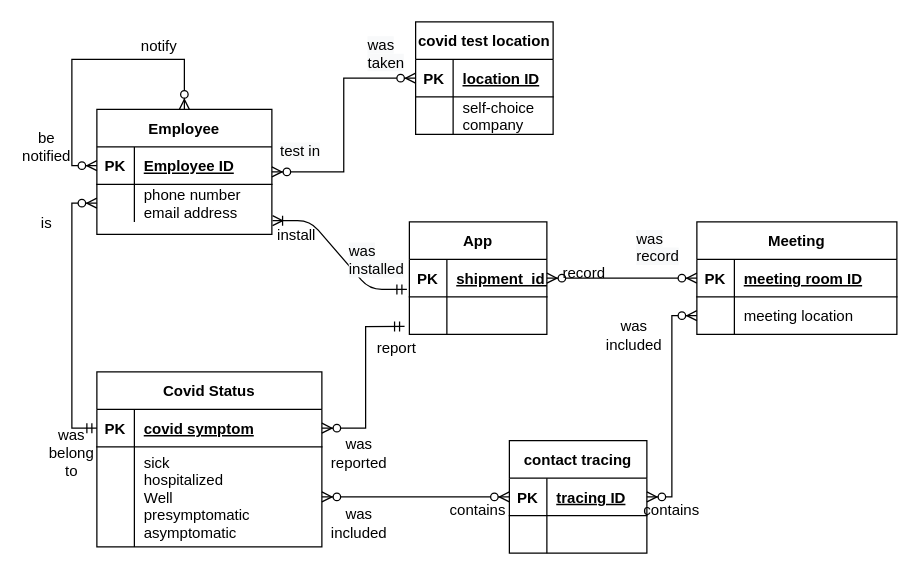
Above: HW1.drawio in studentBC/CS585 (draw.io), before the change. Source tidied: cells renumbered, new cells numbered last; positions are measured from the earlier drawing's top-left corner, leaving out a move shared by most shapes. Both pictures are drawn from the tidied source at 125%, with x=0, y=0 at pixel (21, 21).
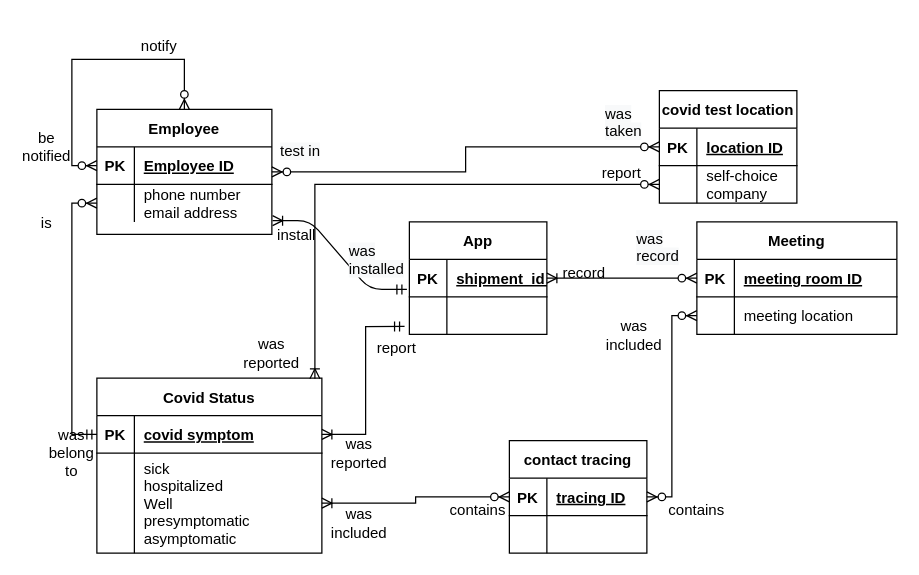
Above is the later version.

Unchanged cells that the change refers to:
```xml
<mxCell id="4" style="shape=partialRectangle;fillColor=none;points=[[0,0.5],[1,0.5]];portConstraint=eastwest;top=0;left=0;right=0;bottom=1;" parent="3" vertex="1">
  <mxGeometry y="30" width="180" height="30" as="geometry" />
</mxCell>
<mxCell id="7" style="shape=partialRectangle;fillColor=none;points=[[0,0.5],[1,0.5]];portConstraint=eastwest;top=0;left=0;right=0;bottom=0;" parent="3" vertex="1">
  <mxGeometry y="60" width="180" height="80" as="geometry" />
</mxCell>
<mxCell id="11" style="shape=partialRectangle;fillColor=none;points=[[0,0.5],[1,0.5]];portConstraint=eastwest;top=0;left=0;right=0;bottom=1;" parent="10" vertex="1">
  <mxGeometry y="30" width="110" height="30" as="geometry" />
</mxCell>
<mxCell id="14" style="shape=partialRectangle;fillColor=none;points=[[0,0.5],[1,0.5]];portConstraint=eastwest;top=0;left=0;right=0;bottom=0;" parent="10" vertex="1">
  <mxGeometry y="60" width="110" height="30" as="geometry" />
</mxCell>
<mxCell id="31" style="shape=partialRectangle;fillColor=none;points=[[0,0.5],[1,0.5]];portConstraint=eastwest;top=0;left=0;right=0;bottom=1;" parent="30" vertex="1">
  <mxGeometry y="30" width="160" height="30" as="geometry" />
</mxCell>
<mxCell id="47" value="contact tracing" style="shape=table;startSize=30;childLayout=tableLayout;rowLines=0;fontStyle=1;align=center;" parent="1" vertex="1">
  <mxGeometry x="390" y="335" width="110" height="90" as="geometry" />
</mxCell>
<mxCell id="63" style="shape=partialRectangle;fillColor=none;points=[[0,0.5],[1,0.5]];portConstraint=eastwest;top=0;left=0;right=0;bottom=0;" parent="59" vertex="1">
  <mxGeometry y="60" width="110" height="30" as="geometry" />
</mxCell>
```

Diff of the diagram source:
```diff
@@
     <mxCell id="3" value="Covid Status" style="shape=table;startSize=30;childLayout=tableLayout;rowLines=0;fontStyle=1;align=center;" parent="1" vertex="1">
-      <mxGeometry x="60" y="280" width="180" height="140" as="geometry" />
+      <mxGeometry x="60" y="285" width="180" height="140" as="geometry" />
     </mxCell>
@@
-    <mxCell id="37" style="edgeStyle=orthogonalEdgeStyle;rounded=0;jettySize=auto;html=1;exitX=1;exitY=0.5;exitDx=0;exitDy=0;entryX=0;entryY=0.5;entryDx=0;entryDy=0;startArrow=ERzeroToMany;startFill=1;endArrow=ERzeroToMany;endFill=1;" parent="1" edge="1" source="11" target="31">
+    <mxCell id="37" style="edgeStyle=orthogonalEdgeStyle;rounded=0;jettySize=auto;html=1;exitX=1;exitY=0.5;exitDx=0;exitDy=0;entryX=0;entryY=0.5;entryDx=0;entryDy=0;startArrow=ERoneToMany;startFill=0;endArrow=ERzeroToMany;endFill=1;" parent="1" edge="1" source="11" target="31">
       <mxGeometry relative="1" as="geometry" />
     </mxCell>
     <mxCell id="38" value="contains" style="text;html=1;strokeColor=none;fillColor=none;align=center;verticalAlign=middle;whiteSpace=wrap;rounded=0;" parent="1" vertex="1">
-      <mxGeometry x="500" y="390" width="40" as="geometry" />
+      <mxGeometry x="520" y="390" width="40" as="geometry" />
     </mxCell>
@@
-    <mxCell id="43" style="edgeStyle=orthogonalEdgeStyle;rounded=0;jettySize=auto;html=1;exitX=1;exitY=0.5;exitDx=0;exitDy=0;entryX=-0.035;entryY=0.789;entryDx=0;entryDy=0;entryPerimeter=0;startArrow=ERzeroToMany;startFill=1;endArrow=ERmandOne;endFill=0;" parent="1" edge="1" source="4" target="14">
+    <mxCell id="43" style="edgeStyle=orthogonalEdgeStyle;rounded=0;jettySize=auto;html=1;exitX=1;exitY=0.5;exitDx=0;exitDy=0;entryX=-0.035;entryY=0.789;entryDx=0;entryDy=0;entryPerimeter=0;startArrow=ERoneToMany;startFill=0;endArrow=ERmandOne;endFill=0;" parent="1" edge="1" source="4" target="14">
       <mxGeometry relative="1" as="geometry" />
     </mxCell>
@@
-    <mxCell id="46" style="edgeStyle=orthogonalEdgeStyle;rounded=0;jettySize=auto;html=1;exitX=0;exitY=0.5;exitDx=0;exitDy=0;startArrow=ERzeroToMany;startFill=1;endArrow=ERzeroToMany;endFill=1;" parent="1" edge="1" source="47" target="7">
+    <mxCell id="46" style="edgeStyle=orthogonalEdgeStyle;rounded=0;jettySize=auto;html=1;exitX=0;exitY=0.5;exitDx=0;exitDy=0;startArrow=ERzeroToMany;startFill=1;endArrow=ERoneToMany;endFill=0;" parent="1" edge="1" source="47" target="7">
       <mxGeometry relative="1" as="geometry" />
     </mxCell>
@@
     <mxCell id="59" value="covid test location" style="shape=table;startSize=30;childLayout=tableLayout;rowLines=0;fontStyle=1;align=center;" parent="1" vertex="1">
-      <mxGeometry x="315" width="110" height="90" as="geometry" />
+      <mxGeometry x="510" y="55" width="110" height="90" as="geometry" />
     </mxCell>
@@
     <mxCell id="67" value="&lt;span style=&quot;color: rgb(0 , 0 , 0) ; font-family: &amp;#34;helvetica&amp;#34; ; font-size: 12px ; font-style: normal ; font-weight: 400 ; letter-spacing: normal ; text-align: center ; text-indent: 0px ; text-transform: none ; word-spacing: 0px ; background-color: rgb(248 , 249 , 250) ; display: inline ; float: none&quot;&gt;was taken&lt;/span&gt;" style="text;whiteSpace=wrap;html=1;" parent="1" vertex="1">
-      <mxGeometry x="275" y="5" width="35" height="30" as="geometry" />
+      <mxGeometry x="465" y="60" width="35" height="30" as="geometry" />
     </mxCell>
+    <mxCell id="68" style="edgeStyle=orthogonalEdgeStyle;rounded=0;jettySize=auto;html=1;exitX=0;exitY=0.5;exitDx=0;exitDy=0;entryX=0.969;entryY=0.004;entryDx=0;entryDy=0;startArrow=ERzeroToMany;startFill=1;endArrow=ERoneToMany;endFill=0;entryPerimeter=0;" parent="1" edge="1" source="63" target="3">
+      <mxGeometry relative="1" as="geometry" />
+    </mxCell>
+    <mxCell id="69" value="report" style="text;html=1;strokeColor=none;fillColor=none;align=center;verticalAlign=middle;whiteSpace=wrap;rounded=0;" parent="1" vertex="1">
+      <mxGeometry x="460" y="120" width="40" as="geometry" />
+    </mxCell>
+    <mxCell id="70" value="was reported" style="text;html=1;strokeColor=none;fillColor=none;align=center;verticalAlign=middle;whiteSpace=wrap;rounded=0;" parent="1" vertex="1">
+      <mxGeometry x="180" y="260" width="40" height="10" as="geometry" />
+    </mxCell>
```
